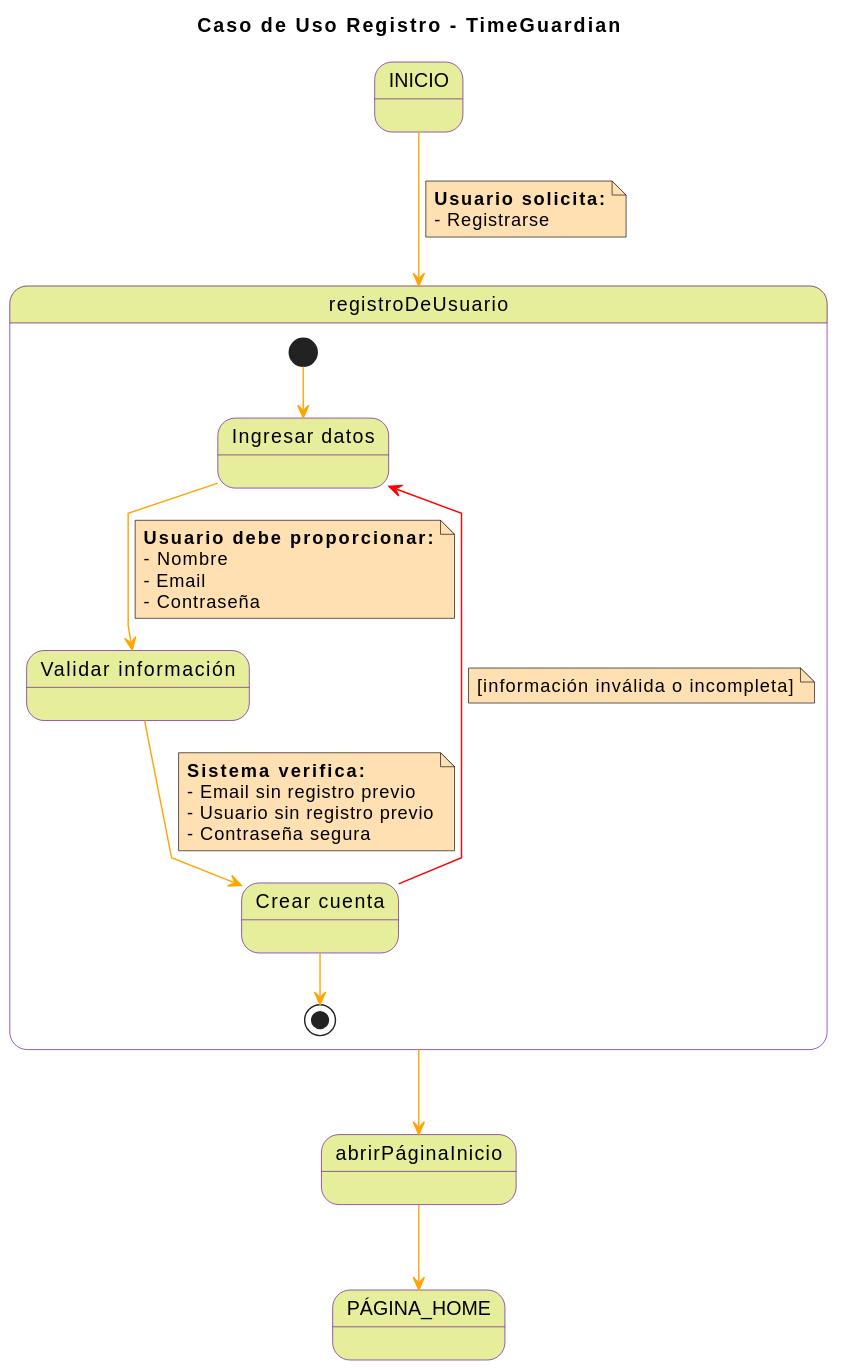
This is imagenes/Casos de Uso/Detalles Registro Usuario.svg from FernandoWilliam26/23-24-IdSw1-SDR, a PlantUML export, as it was before one commit. Its diagram source:
```plantuml
@startuml
skinparam state {
  BackgroundColor #e6ee9c
  BorderColor #6a1b9a
}

skinparam note {
  BackgroundColor #ffe0b2
}

skinparam linetype polyline

title Caso de Uso Registro - TimeGuardian

INICIO -[#orange]-> registroDeUsuario
note on link
  **Usuario solicita:**
  - Registrarse
end note

state registroDeUsuario{
  state "Ingresar datos" as A
  state "Validar información" as B
  state "Crear cuenta" as C

  [*] -[#orange]-> A
  A -[#orange]-> B
  note on link
      **Usuario debe proporcionar:**
      - Nombre
      - Email
      - Contraseña
  end note
  B -[#orange]-> C
  note on link
    **Sistema verifica:**
    - Email sin registro previo
    - Usuario sin registro previo
    - Contraseña segura
  end note
  C -[#red]-> A
  note on link
    [información inválida o incompleta]
  end note
  C -[#orange]-> [*]
}

registroDeUsuario-[#orange]-> abrirPáginaInicio

abrirPáginaInicio-[#orange]-> PÁGINA_HOME
@enduml
```
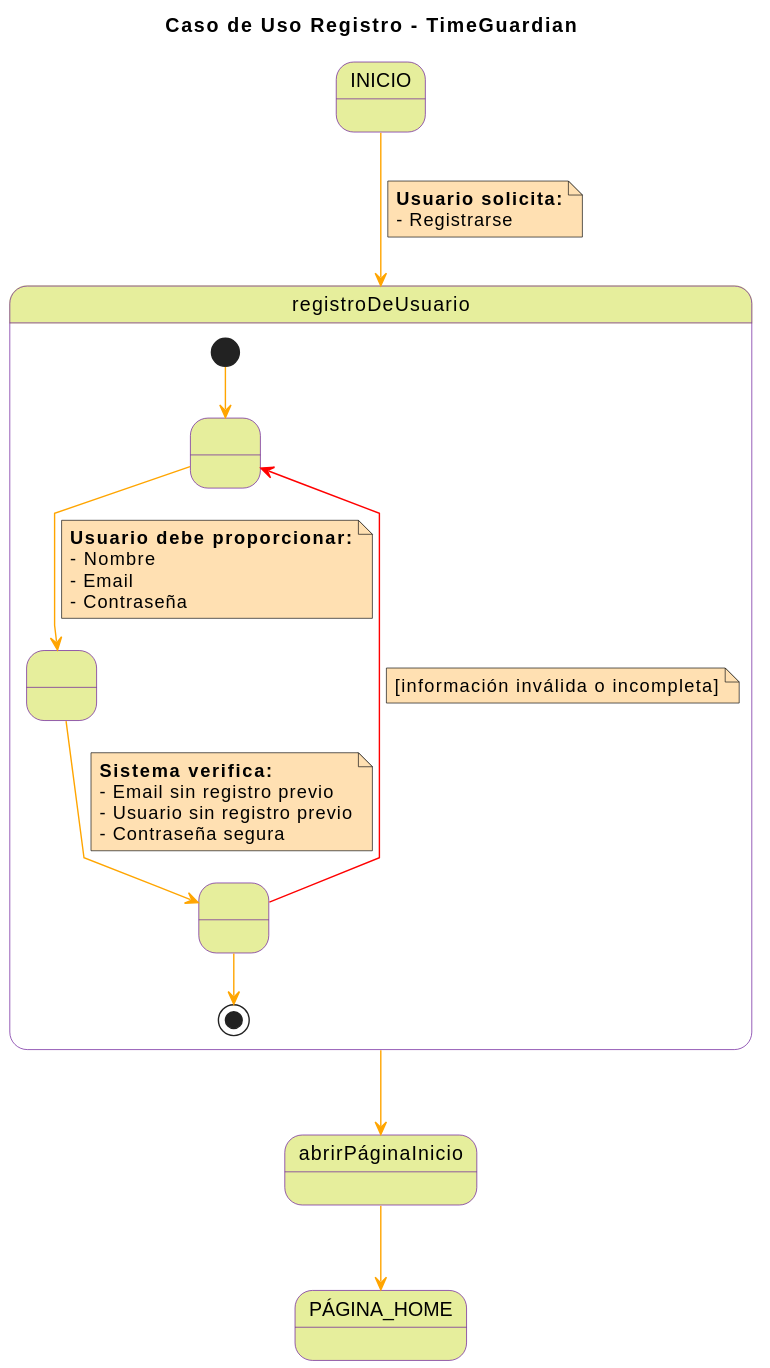
After the change.

Commit message:
Cambiando detalle registro como dijo Manuel

Change to the diagram source:
```diff
@@ -19,30 +19,30 @@
 end note
 
 state registroDeUsuario{
-  state "Ingresar datos" as A
-  state "Validar información" as B
-  state "Crear cuenta" as C
+  state 1 as " "
+  state 2 as " "
+  state 3 as " "
 
-  [*] -[#orange]-> A
-  A -[#orange]-> B
+  [*] -[#orange]-> 1
+  1 -[#orange]-> 2
   note on link
       **Usuario debe proporcionar:**
       - Nombre
       - Email
       - Contraseña
   end note
-  B -[#orange]-> C
+  2 -[#orange]-> 3
   note on link
     **Sistema verifica:**
     - Email sin registro previo
     - Usuario sin registro previo
     - Contraseña segura
   end note
-  C -[#red]-> A
+  3 -[#red]-> 1
   note on link
     [información inválida o incompleta]
   end note
-  C -[#orange]-> [*]
+  3 -[#orange]-> [*]
 }
 
 registroDeUsuario-[#orange]-> abrirPáginaInicio
```
